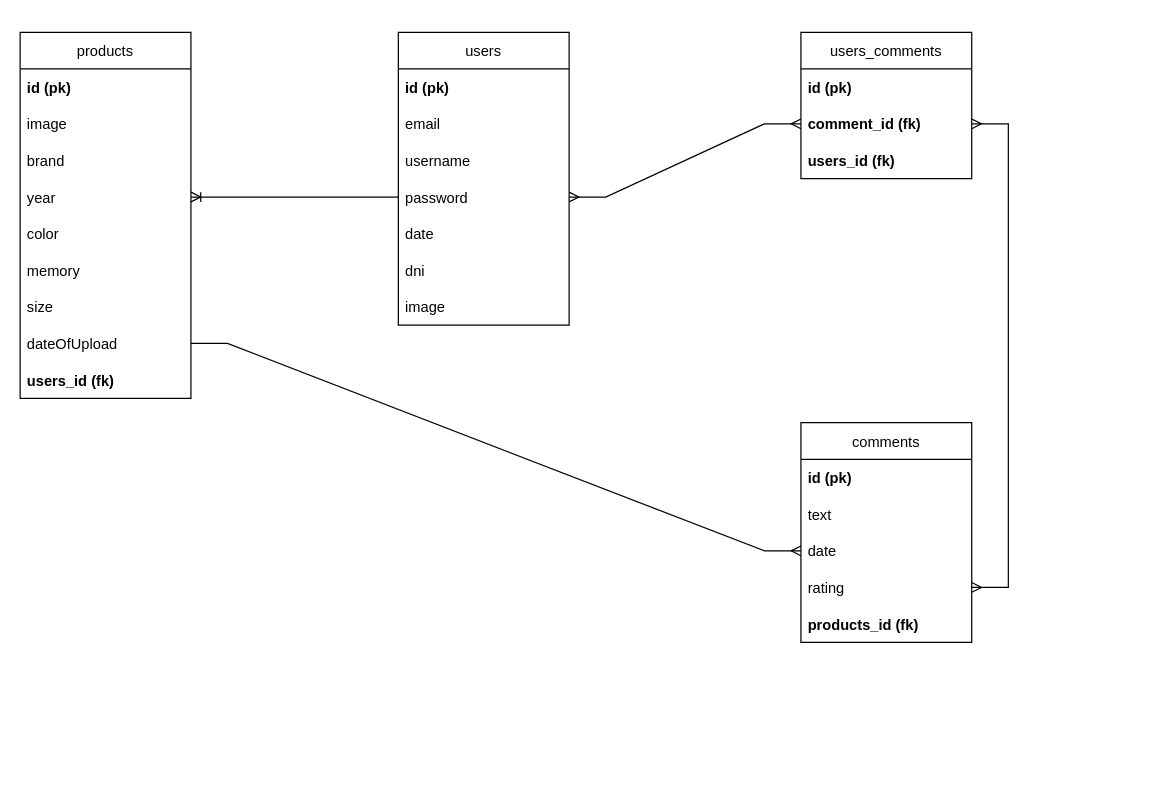
Above: Prog2-G3/database/der/Untitled.drawio in martinquijano5/Prog-2-G3 (draw.io), before the change. Source tidied: cells renumbered, new cells numbered last; positions are measured from the earlier drawing's top-left corner, leaving out a move shared by most shapes. Both pictures are drawn from the tidied source at 122%, with x=0, y=0 at pixel (20, 32).
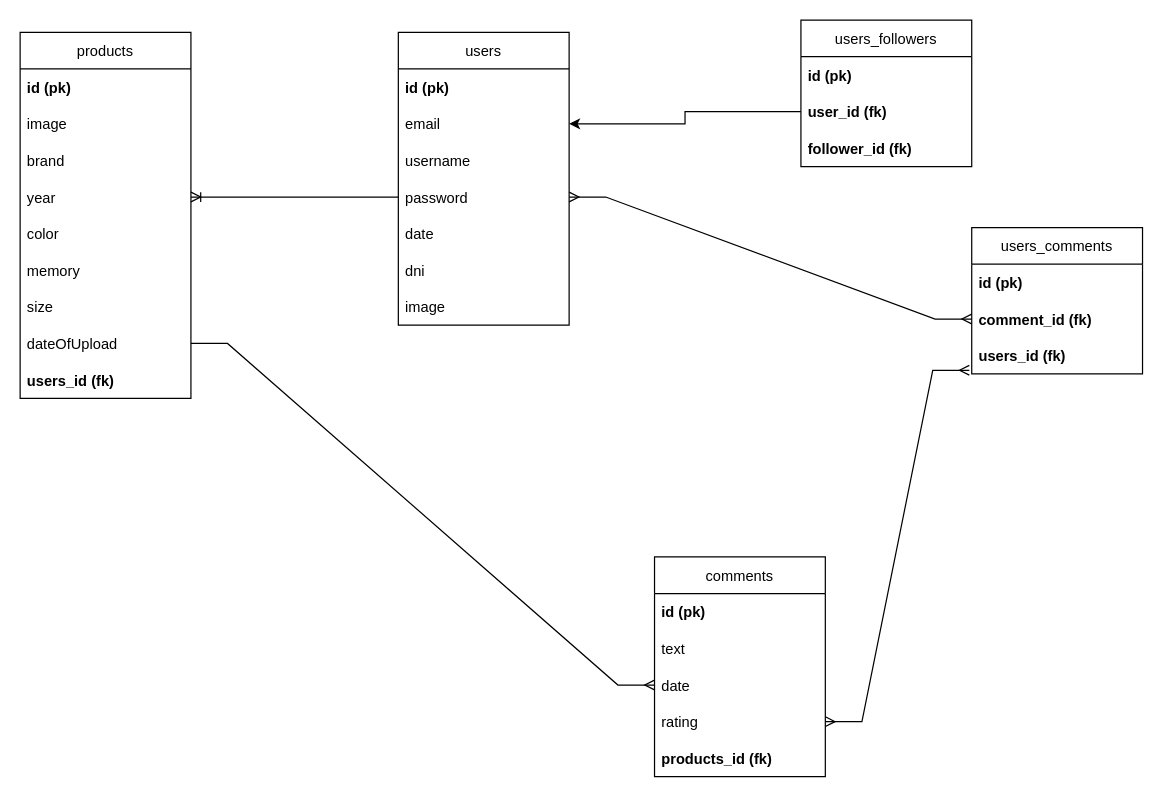
Above is the later version.

Commit message (it also covers changes not shown here):
arreglos al der (todavia no terminado) y codigo sql necesario para crear el schema y las tablas (no terminado, falta terminar el der)

The change refers to these unchanged cells:
```xml
<mxCell id="14" value="email" style="text;strokeColor=none;fillColor=none;align=left;verticalAlign=middle;spacingLeft=4;spacingRight=4;overflow=hidden;points=[[0,0.5],[1,0.5]];portConstraint=eastwest;" parent="12" vertex="1">
  <mxGeometry y="60" width="140" height="30" as="geometry" />
</mxCell>
<mxCell id="24" value="rating" style="text;strokeColor=none;fillColor=none;align=left;verticalAlign=middle;spacingLeft=4;spacingRight=4;overflow=hidden;points=[[0,0.5],[1,0.5]];portConstraint=eastwest;" parent="20" vertex="1">
  <mxGeometry y="120" width="140" height="30" as="geometry" />
</mxCell>
<mxCell id="30" value="comment_id (fk)" style="text;strokeColor=none;fillColor=none;align=left;verticalAlign=middle;spacingLeft=4;spacingRight=4;overflow=hidden;points=[[0,0.5],[1,0.5]];portConstraint=eastwest;fontStyle=1;" parent="28" vertex="1">
  <mxGeometry y="60" width="140" height="30" as="geometry" />
</mxCell>
<mxCell id="31" value="users_id (fk)" style="text;strokeColor=none;fillColor=none;align=left;verticalAlign=middle;spacingLeft=4;spacingRight=4;overflow=hidden;points=[[0,0.5],[1,0.5]];portConstraint=eastwest;fontStyle=1;" parent="28" vertex="1">
  <mxGeometry y="90" width="140" height="30" as="geometry" />
</mxCell>
```

Diff of the diagram source:
```diff
@@
     <mxCell id="20" value="comments" style="swimlane;fontStyle=0;horizontal=1;startSize=30;" parent="1" vertex="1">
-      <mxGeometry x="640" y="320" width="140" height="180" as="geometry" />
+      <mxGeometry x="520" y="430" width="140" height="180" as="geometry" />
     </mxCell>
@@
     <mxCell id="28" value="users_comments" style="swimlane;fontStyle=0;horizontal=1;startSize=30;" parent="1" vertex="1">
-      <mxGeometry x="640" width="140" height="120" as="geometry" />
+      <mxGeometry x="780" y="160" width="140" height="120" as="geometry" />
     </mxCell>
@@
-    <mxCell id="33" style="edgeStyle=entityRelationEdgeStyle;fontSize=12;html=1;endArrow=ERmany;startArrow=ERmany;rounded=0;entryX=1;entryY=0.5;entryDx=0;entryDy=0;exitX=1;exitY=0.5;exitDx=0;exitDy=0;" parent="1" edge="1" source="24" target="30">
+    <mxCell id="33" style="edgeStyle=entityRelationEdgeStyle;fontSize=12;html=1;endArrow=ERmany;startArrow=ERmany;rounded=0;exitX=1;exitY=0.5;exitDx=0;exitDy=0;entryX=-0.014;entryY=0.9;entryDx=0;entryDy=0;entryPerimeter=0;" parent="1" edge="1" source="24" target="31">
       <mxGeometry relative="1" as="geometry" />
     </mxCell>
+    <mxCell id="34" value="users_followers" style="swimlane;fontStyle=0;horizontal=1;startSize=30;" parent="1" vertex="1">
+      <mxGeometry x="640" y="-10" width="140" height="120" as="geometry" />
+    </mxCell>
+    <mxCell id="35" value="id (pk)" style="text;strokeColor=none;fillColor=none;align=left;verticalAlign=middle;spacingLeft=4;spacingRight=4;overflow=hidden;fontStyle=1;" parent="34" vertex="1">
+      <mxGeometry y="30" width="140" height="30" as="geometry" />
+    </mxCell>
+    <mxCell id="36" value="user_id (fk)" style="text;strokeColor=none;fillColor=none;align=left;verticalAlign=middle;spacingLeft=4;spacingRight=4;overflow=hidden;points=[[0,0.5],[1,0.5]];portConstraint=eastwest;fontStyle=1;" parent="34" vertex="1">
+      <mxGeometry y="60" width="140" height="30" as="geometry" />
+    </mxCell>
+    <mxCell id="37" value="follower_id (fk)" style="text;strokeColor=none;fillColor=none;align=left;verticalAlign=middle;spacingLeft=4;spacingRight=4;overflow=hidden;fontStyle=1;" parent="34" vertex="1">
+      <mxGeometry y="90" width="140" height="30" as="geometry" />
+    </mxCell>
+    <mxCell id="38" style="edgeStyle=orthogonalEdgeStyle;rounded=0;jettySize=auto;html=1;exitX=0;exitY=0.5;exitDx=0;exitDy=0;entryX=1;entryY=0.5;entryDx=0;entryDy=0;" parent="1" edge="1" source="36" target="14">
+      <mxGeometry relative="1" as="geometry" />
+    </mxCell>
```
